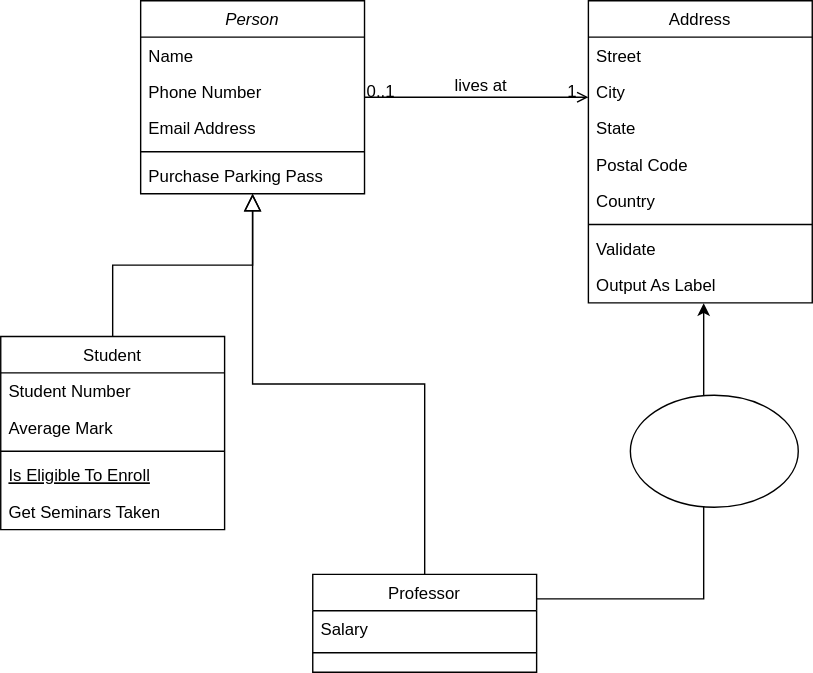
Above: Untitled Diagram.drawio.svg in myziny/test-repository (draw.io), before the change. Source tidied: cells renumbered, new cells last; positions are measured from the earlier drawing's top-left corner, leaving out a move shared by most shapes.
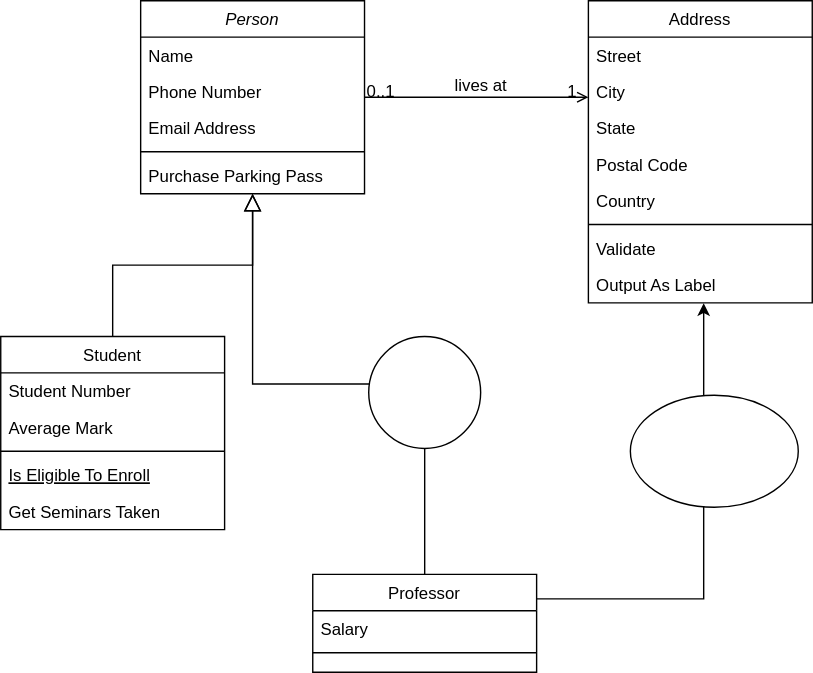
The same diagram one commit later.

Change to the diagram source:
```diff
@@ -117,5 +117,8 @@
     <mxCell id="33" style="ellipse;whiteSpace=wrap;html=1;" parent="1" vertex="1">
       <mxGeometry x="450" y="282" width="120" height="80" as="geometry" />
     </mxCell>
+    <mxCell id="34" style="ellipse;whiteSpace=wrap;html=1;" parent="1" vertex="1">
+      <mxGeometry x="263" y="240" width="80" height="80" as="geometry" />
+    </mxCell>
   </root>
 </mxGraphModel>
```
